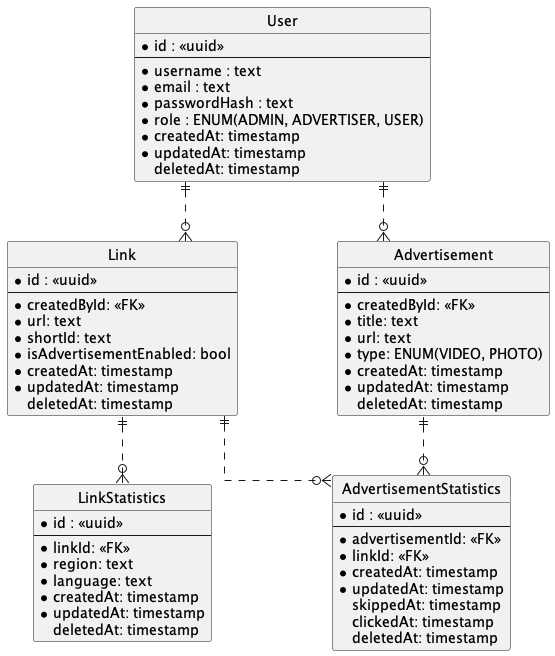
This is diagrams/shortener_erd.png from MichaelaLodnanova/Analytical-link-shortener, a PlantUML export, as it was before one commit.
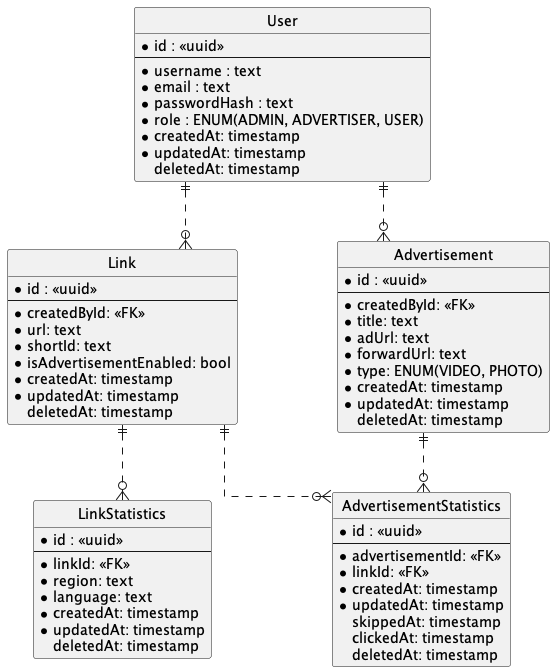
After the change.

Diff of the diagram source:
```diff
@@ -45,7 +45,8 @@
   --
   * createdById: <<FK>>
   * title: text
-  * url: text
+  * adUrl: text
+  * forwardUrl: text
   * type: ENUM(VIDEO, PHOTO)
   * createdAt: timestamp
   * updatedAt: timestamp
```
